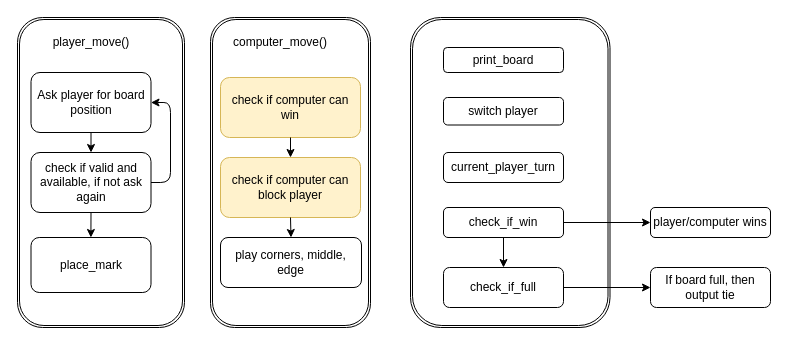
Earlier version of the draw.io diagram TicTacToe.drawio (gbrough/tic_tac_toe). Source tidied: cells renumbered, new cells numbered last; positions are measured from the earlier drawing's top-left corner, leaving out a move shared by most shapes. Both pictures are drawn from the tidied source at 100%, with x=0, y=0 at pixel (17, 17).
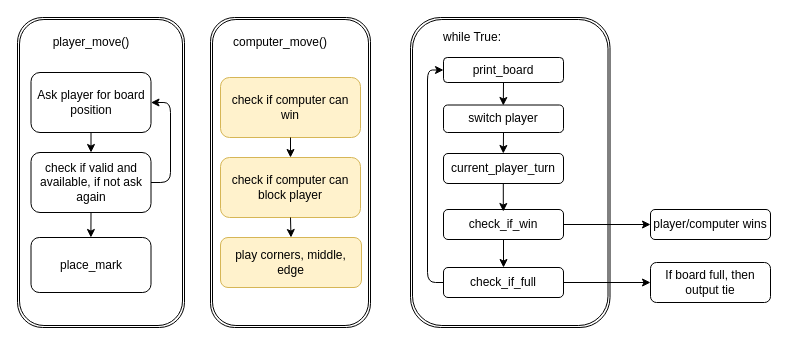
The same page after the edit.

Commit message (it also covers changes not shown here):
update diagram and demo version

What changed in the source:
```diff
@@
     <mxCell id="9" value="check_if_full" style="rounded=1;whiteSpace=wrap;html=1;" parent="1" vertex="1">
-      <mxGeometry x="426" y="250" width="120" height="40" as="geometry" />
+      <mxGeometry x="426" y="250" width="120" height="30" as="geometry" />
     </mxCell>
     <mxCell id="10" value="If board full, then output tie" style="rounded=1;whiteSpace=wrap;html=1;" parent="1" vertex="1">
-      <mxGeometry x="633" y="250" width="120" height="40" as="geometry" />
+      <mxGeometry x="633" y="245" width="120" height="40" as="geometry" />
     </mxCell>
     <mxCell id="11" value="check_if_win" style="rounded=1;whiteSpace=wrap;html=1;" parent="1" vertex="1">
-      <mxGeometry x="426" y="190" width="120" height="30" as="geometry" />
+      <mxGeometry x="426" y="192" width="120" height="30" as="geometry" />
     </mxCell>
     <mxCell id="12" value="player/computer wins" style="rounded=1;whiteSpace=wrap;html=1;" parent="1" vertex="1">
-      <mxGeometry x="633" y="190" width="120" height="30" as="geometry" />
+      <mxGeometry x="633" y="192" width="120" height="30" as="geometry" />
     </mxCell>
@@
-    <mxCell id="20" value="play corners, middle, edge" style="rounded=1;whiteSpace=wrap;html=1;" parent="1" vertex="1">
+    <mxCell id="20" value="play corners, middle, edge" style="rounded=1;whiteSpace=wrap;html=1;fillColor=#fff2cc;strokeColor=#d6b656;" parent="1" vertex="1">
       <mxGeometry x="203" y="220" width="141" height="50" as="geometry" />
     </mxCell>
@@
     <mxCell id="22" value="switch player" style="rounded=1;whiteSpace=wrap;html=1;" parent="1" vertex="1">
-      <mxGeometry x="426" y="80" width="120" height="27.5" as="geometry" />
+      <mxGeometry x="426" y="87.5" width="120" height="27.5" as="geometry" />
     </mxCell>
     <mxCell id="23" value="current_player_turn" style="rounded=1;whiteSpace=wrap;html=1;" parent="1" vertex="1">
-      <mxGeometry x="426" y="135" width="120" height="30" as="geometry" />
+      <mxGeometry x="426" y="136" width="120" height="30" as="geometry" />
     </mxCell>
@@
     <mxCell id="25" value="print_board" style="rounded=1;whiteSpace=wrap;html=1;" parent="1" vertex="1">
-      <mxGeometry x="426" y="30" width="120" height="25" as="geometry" />
+      <mxGeometry x="426" y="40" width="120" height="25" as="geometry" />
     </mxCell>
@@
+    <mxCell id="28" value="while True:" style="text;html=1;strokeColor=none;fillColor=none;align=center;verticalAlign=middle;whiteSpace=wrap;rounded=0;" parent="1" vertex="1">
+      <mxGeometry x="410" y="5" width="90" height="30" as="geometry" />
+    </mxCell>
+    <mxCell id="29" style="endArrow=classic;html=1;entryX=0.5;entryY=0;entryDx=0;entryDy=0;" parent="1" edge="1">
+      <mxGeometry relative="1" as="geometry">
+        <mxPoint x="485.8" y="166" as="sourcePoint" />
+        <mxPoint x="485.8" y="194" as="targetPoint" />
+      </mxGeometry>
+    </mxCell>
+    <mxCell id="30" style="endArrow=classic;html=1;entryX=0.5;entryY=0;entryDx=0;entryDy=0;exitX=0.5;exitY=1;exitDx=0;exitDy=0;" parent="1" edge="1" source="22">
+      <mxGeometry relative="1" as="geometry">
+        <mxPoint x="485.8" y="136" as="targetPoint" />
+      </mxGeometry>
+    </mxCell>
+    <mxCell id="31" style="endArrow=classic;html=1;entryX=0.5;entryY=0;entryDx=0;entryDy=0;exitX=0.5;exitY=1;exitDx=0;exitDy=0;" parent="1" edge="1" source="25">
+      <mxGeometry relative="1" as="geometry">
+        <mxPoint x="485.8" y="88" as="targetPoint" />
+      </mxGeometry>
+    </mxCell>
+    <mxCell id="32" style="edgeStyle=segmentEdgeStyle;endArrow=classic;html=1;entryX=0;entryY=0.5;entryDx=0;entryDy=0;exitX=0;exitY=0.5;exitDx=0;exitDy=0;" parent="1" edge="1" source="9" target="25">
+      <mxGeometry relative="1" as="geometry">
+        <Array as="points">
+          <mxPoint x="410" y="265" />
+          <mxPoint x="410" y="52" />
+        </Array>
+      </mxGeometry>
+    </mxCell>
```
